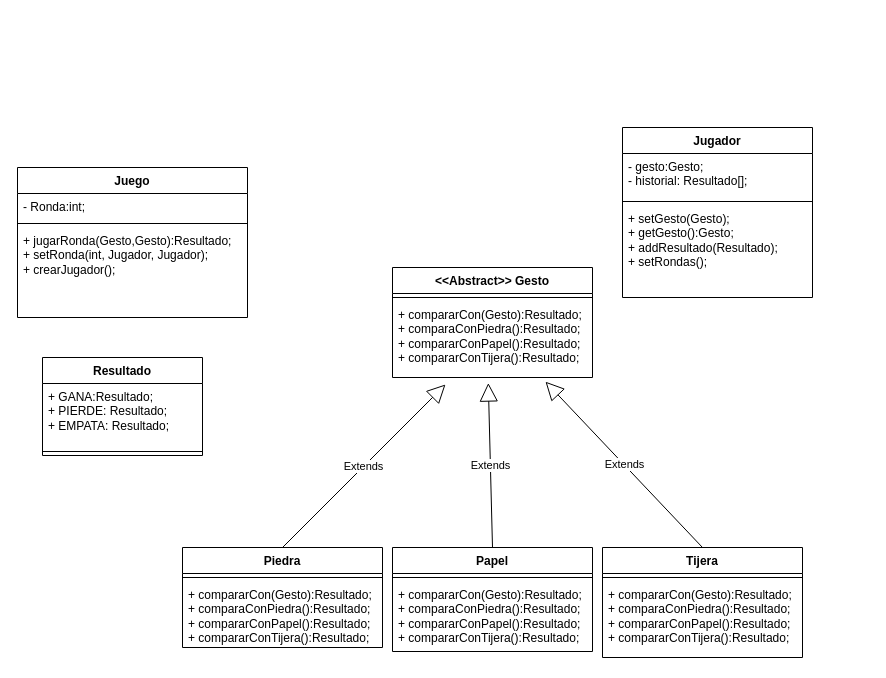
This is Parcial1/Parcial1.drawio from LucasBudnik/TL2_EXTRA, a draw.io file, before an edit. Source tidied: cells renumbered, new cells numbered last; positions are measured from the earlier drawing's top-left corner, leaving out a move shared by most shapes. Both pictures are drawn from the tidied source at 100%, with x=0, y=0 at pixel (17, 127).
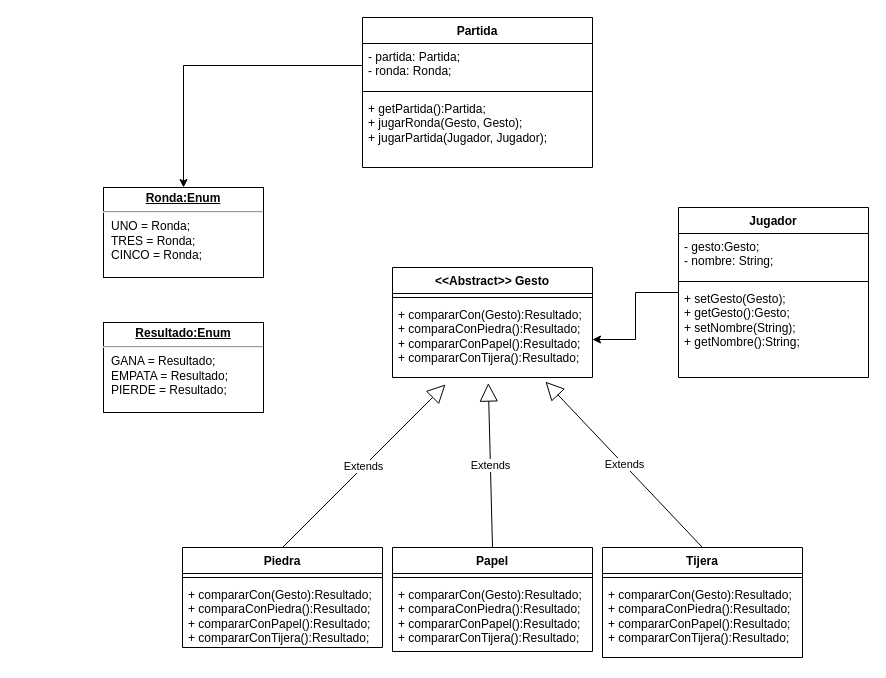
After the change.

Unchanged cells that the change refers to:
```xml
<mxCell id="4" value="+ compararCon(Gesto):Resultado;&lt;br&gt;+ comparaConPiedra():Resultado;&lt;br&gt;+ compararConPapel():Resultado;&lt;br&gt;+ compararConTijera():Resultado;" style="text;strokeColor=none;fillColor=none;align=left;verticalAlign=top;spacingLeft=4;spacingRight=4;overflow=hidden;points=[[0,0.5],[1,0.5]];portConstraint=eastwest;whiteSpace=wrap;html=1;" parent="2" vertex="1">
  <mxGeometry y="34" width="200" height="76" as="geometry" />
</mxCell>
```

What changed in the source:
```diff
@@
-    <mxCell id="14" value="Juego" style="swimlane;fontStyle=1;align=center;verticalAlign=top;horizontal=1;startSize=26;whiteSpace=wrap;html=1;" parent="1" vertex="1">
-      <mxGeometry y="40" width="230" height="150" as="geometry" />
+    <mxCell id="14" value="Partida" style="swimlane;fontStyle=1;align=center;verticalAlign=top;horizontal=1;startSize=26;whiteSpace=wrap;html=1;" parent="1" vertex="1">
+      <mxGeometry x="345" y="-110" width="230" height="150" as="geometry" />
     </mxCell>
-    <mxCell id="15" value="- Ronda:int;" style="text;strokeColor=none;fillColor=none;align=left;verticalAlign=top;spacingLeft=4;spacingRight=4;overflow=hidden;points=[[0,0.5],[1,0.5]];portConstraint=eastwest;whiteSpace=wrap;html=1;" parent="14" vertex="1">
-      <mxGeometry y="26" width="230" height="26" as="geometry" />
+    <mxCell id="15" value="- partida: Partida;&lt;br&gt;- ronda: Ronda;" style="text;strokeColor=none;fillColor=none;align=left;verticalAlign=top;spacingLeft=4;spacingRight=4;overflow=hidden;points=[[0,0.5],[1,0.5]];portConstraint=eastwest;whiteSpace=wrap;html=1;" parent="14" vertex="1">
+      <mxGeometry y="26" width="230" height="44" as="geometry" />
     </mxCell>
     <mxCell id="16" style="line;strokeWidth=1;fillColor=none;align=left;verticalAlign=middle;spacingTop=-1;spacingLeft=3;spacingRight=3;labelPosition=right;strokeColor=inherit;" parent="14" vertex="1">
-      <mxGeometry y="52" width="230" height="8" as="geometry" />
+      <mxGeometry y="70" width="230" height="8" as="geometry" />
     </mxCell>
-    <mxCell id="17" value="+ jugarRonda(Gesto,Gesto):Resultado;&lt;br&gt;+ setRonda(int, Jugador, Jugador);&lt;br&gt;+ crearJugador();" style="text;strokeColor=none;fillColor=none;align=left;verticalAlign=top;spacingLeft=4;spacingRight=4;overflow=hidden;whiteSpace=wrap;html=1;" parent="14" vertex="1">
-      <mxGeometry y="60" width="230" height="90" as="geometry" />
+    <mxCell id="17" value="+ getPartida():Partida;&lt;br&gt;+ jugarRonda(Gesto, Gesto);&lt;br&gt;+ jugarPartida(Jugador, Jugador);" style="text;strokeColor=none;fillColor=none;align=left;verticalAlign=top;spacingLeft=4;spacingRight=4;overflow=hidden;whiteSpace=wrap;html=1;" parent="14" vertex="1">
+      <mxGeometry y="78" width="230" height="72" as="geometry" />
     </mxCell>
-    <mxCell id="18" value="Resultado" style="swimlane;fontStyle=1;align=center;verticalAlign=top;horizontal=1;startSize=26;whiteSpace=wrap;html=1;" parent="1" vertex="1">
-      <mxGeometry x="25" y="230" width="160" height="98" as="geometry" />
-    </mxCell>
-    <mxCell id="19" value="+ GANA:Resultado;&lt;br&gt;+ PIERDE: Resultado;&lt;br&gt;+ EMPATA: Resultado;" style="text;strokeColor=none;fillColor=none;align=left;verticalAlign=top;spacingLeft=4;spacingRight=4;overflow=hidden;whiteSpace=wrap;html=1;" parent="18" vertex="1">
-      <mxGeometry y="26" width="160" height="64" as="geometry" />
-    </mxCell>
-    <mxCell id="20" style="line;strokeWidth=1;fillColor=none;align=left;verticalAlign=middle;spacingTop=-1;spacingLeft=3;spacingRight=3;labelPosition=right;strokeColor=inherit;" parent="18" vertex="1">
-      <mxGeometry y="90" width="160" height="8" as="geometry" />
-    </mxCell>
@@
+    <mxCell id="28" style="edgeStyle=orthogonalEdgeStyle;rounded=0;jettySize=auto;html=1;entryX=1;entryY=0.5;entryDx=0;entryDy=0;" parent="1" edge="1" source="24" target="4">
+      <mxGeometry relative="1" as="geometry" />
+    </mxCell>
     <mxCell id="24" value="Jugador" style="swimlane;fontStyle=1;align=center;verticalAlign=top;horizontal=1;startSize=26;whiteSpace=wrap;html=1;" parent="1" vertex="1">
-      <mxGeometry x="605" width="190" height="170" as="geometry" />
+      <mxGeometry x="661" y="80" width="190" height="170" as="geometry" />
     </mxCell>
-    <mxCell id="25" value="- gesto:Gesto;&lt;br&gt;- historial: Resultado[];" style="text;strokeColor=none;fillColor=none;align=left;verticalAlign=top;spacingLeft=4;spacingRight=4;overflow=hidden;whiteSpace=wrap;html=1;" parent="24" vertex="1">
+    <mxCell id="25" value="- gesto:Gesto;&lt;br&gt;- nombre: String;" style="text;strokeColor=none;fillColor=none;align=left;verticalAlign=top;spacingLeft=4;spacingRight=4;overflow=hidden;whiteSpace=wrap;html=1;" parent="24" vertex="1">
       <mxGeometry y="26" width="190" height="44" as="geometry" />
     </mxCell>
@@
-    <mxCell id="27" value="+ setGesto(Gesto);&lt;br&gt;+ getGesto():Gesto;&lt;br&gt;+ addResultado(Resultado);&lt;br&gt;+ setRondas();" style="text;strokeColor=none;fillColor=none;align=left;verticalAlign=top;spacingLeft=4;spacingRight=4;overflow=hidden;whiteSpace=wrap;html=1;" parent="24" vertex="1">
+    <mxCell id="27" value="+ setGesto(Gesto);&lt;br&gt;+ getGesto():Gesto;&lt;br&gt;+ setNombre(String);&lt;br&gt;+ getNombre():String;" style="text;strokeColor=none;fillColor=none;align=left;verticalAlign=top;spacingLeft=4;spacingRight=4;overflow=hidden;whiteSpace=wrap;html=1;" parent="24" vertex="1">
       <mxGeometry y="78" width="190" height="92" as="geometry" />
     </mxCell>
+    <mxCell id="29" value="&lt;p style=&quot;margin:0px;margin-top:4px;text-align:center;text-decoration:underline;&quot;&gt;&lt;b&gt;Ronda:Enum&lt;/b&gt;&lt;/p&gt;&lt;hr&gt;&lt;p style=&quot;margin:0px;margin-left:8px;&quot;&gt;UNO = Ronda;&lt;br&gt;TRES = Ronda;&lt;br&gt;CINCO = Ronda;&lt;/p&gt;" style="verticalAlign=top;align=left;overflow=fill;html=1;whiteSpace=wrap;" parent="1" vertex="1">
+      <mxGeometry x="86" y="60" width="160" height="90" as="geometry" />
+    </mxCell>
+    <mxCell id="30" value="&lt;p style=&quot;margin:0px;margin-top:4px;text-align:center;text-decoration:underline;&quot;&gt;&lt;b&gt;Resultado:Enum&lt;/b&gt;&lt;/p&gt;&lt;hr&gt;&lt;p style=&quot;margin:0px;margin-left:8px;&quot;&gt;GANA = Resultado;&lt;br&gt;EMPATA = Resultado;&lt;br&gt;PIERDE = Resultado;&lt;/p&gt;" style="verticalAlign=top;align=left;overflow=fill;html=1;whiteSpace=wrap;" parent="1" vertex="1">
+      <mxGeometry x="86" y="195" width="160" height="90" as="geometry" />
+    </mxCell>
+    <mxCell id="31" style="edgeStyle=orthogonalEdgeStyle;rounded=0;jettySize=auto;html=1;entryX=0.5;entryY=0;entryDx=0;entryDy=0;exitX=0;exitY=0.5;exitDx=0;exitDy=0;" parent="1" edge="1" source="15" target="29">
+      <mxGeometry relative="1" as="geometry">
+        <Array as="points">
+          <mxPoint x="166" y="-62" />
+        </Array>
+      </mxGeometry>
+    </mxCell>
```
